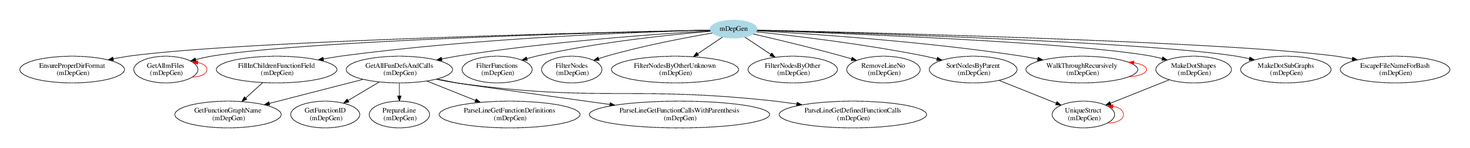
Above: readme_figures/readme_fig7.png in KaeroDot/mDepGen (Graphviz), before the change. Its source is kept beside it as readme_figures/readme_fig7.dot.
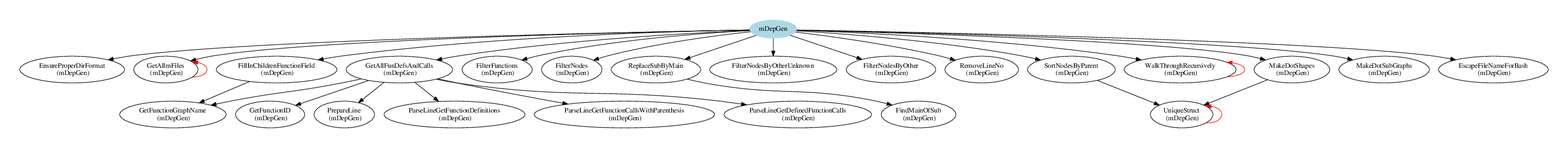
Above is the later version.

The edit, as a diff of the source:
```diff
@@ -18,6 +18,8 @@
 "FillInChildrenFunctionField\n (mDepGen)" -> "GetFunctionGraphName\n (mDepGen)" ;
 "mDepGen" -> "FilterFunctions\n (mDepGen)" ;
 "mDepGen" -> "FilterNodes\n (mDepGen)" ;
+"mDepGen" -> "ReplaceSubByMain\n (mDepGen)" ;
+"ReplaceSubByMain\n (mDepGen)" -> "FindMainOfSub\n (mDepGen)" ;
 "mDepGen" -> "FilterNodesByOtherUnknown\n (mDepGen)" ;
 "mDepGen" -> "FilterNodesByOther\n (mDepGen)" ;
 "mDepGen" -> "RemoveLineNo\n (mDepGen)" ;
```
